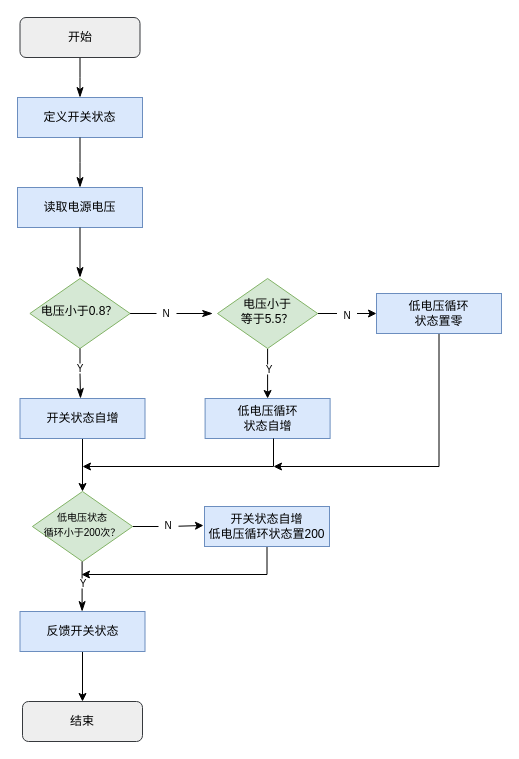
KAZAMA-DREAM/picture keeps this draw.io diagram as 舵机开关控制器.drawio. Above is the earlier version. Source tidied: cells renumbered, new cells numbered last; positions are measured from the earlier drawing's top-left corner, leaving out a move shared by most shapes. Both pictures are drawn from the tidied source at 100%, with x=0, y=0 at pixel (17, 17).
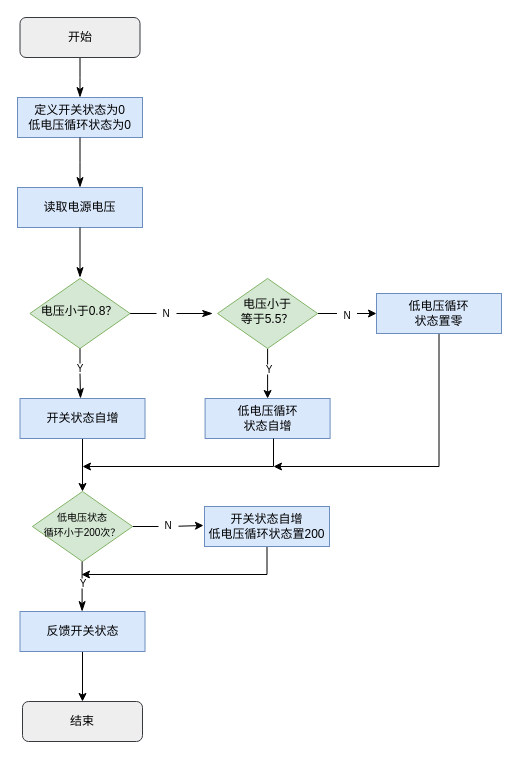
Above is the later version.

Commit message (it also covers changes not shown here):
更新舵机开关控制器.drawio

What changed in the source:
```diff
@@
-    <mxCell id="4" value="定义开关状态" style="rounded=0;whiteSpace=wrap;html=1;fillColor=#dae8fc;strokeColor=#6c8ebf;" parent="1" vertex="1">
+    <mxCell id="4" value="定义开关状态为0&lt;br&gt;低电压循环状态为0" style="rounded=0;whiteSpace=wrap;html=1;fillColor=#dae8fc;strokeColor=#6c8ebf;" parent="1" vertex="1">
       <mxGeometry y="80" width="125" height="40" as="geometry" />
     </mxCell>
```
